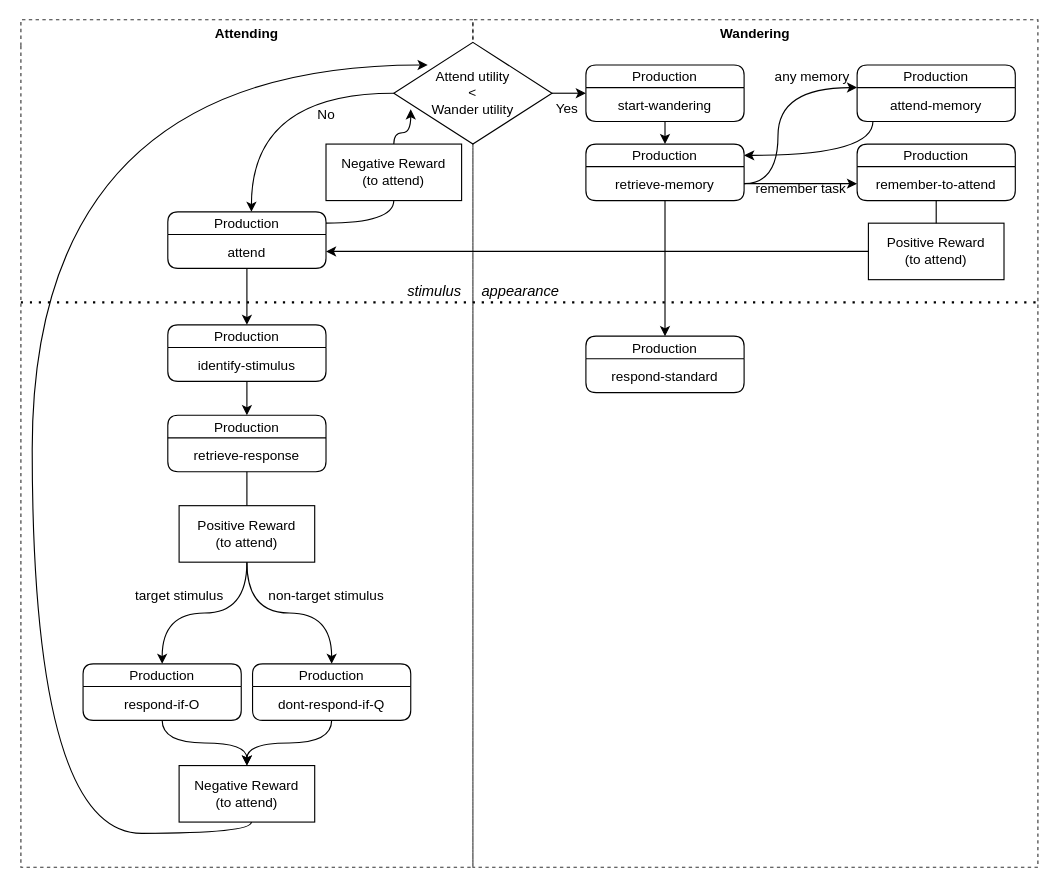
Above: Graph.drawio in joshbruegger/CognitiveModellingPractical2022 (draw.io), before the change. Source tidied: cells renumbered, new cells numbered last; positions are measured from the earlier drawing's top-left corner, leaving out a move shared by most shapes. Both pictures are drawn from the tidied source at 113%, with x=0, y=0 at pixel (20, 19).
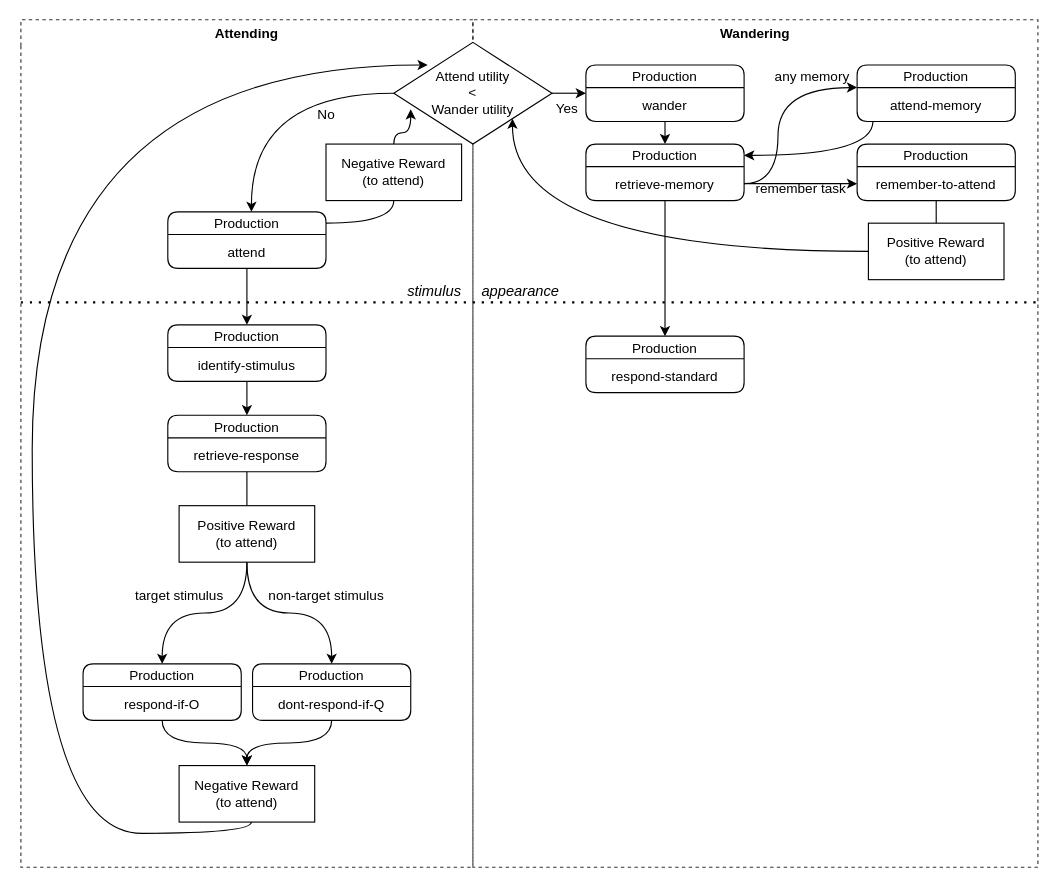
The same diagram, later.

Commit message (it also covers changes not shown here):
Added production compilation

Unchanged cells that the change refers to:
```xml
<mxCell id="5" value="Positive Reward&lt;br&gt;(to attend)" style="rounded=0;whiteSpace=wrap;html=1;fontSize=12;fillColor=none;" parent="2" vertex="1">
  <mxGeometry x="350" y="180" width="120" height="50" as="geometry" />
</mxCell>
<mxCell id="24" value="attend" style="text;strokeColor=none;fillColor=none;align=center;verticalAlign=middle;spacingLeft=4;spacingRight=4;overflow=hidden;points=[[0,0.5],[1,0.5]];portConstraint=eastwest;rounded=1;shadow=0;glass=0;" parent="23" vertex="1">
  <mxGeometry y="20" width="140" height="30" as="geometry" />
</mxCell>
<mxCell id="31" value="&lt;font style=&quot;font-size: 12px&quot;&gt;Attend utility&lt;br&gt;&amp;lt;&lt;br&gt;Wander utility&lt;br&gt;&lt;/font&gt;" style="rhombus;whiteSpace=wrap;html=1;fillColor=default;" parent="1" vertex="1">
  <mxGeometry x="330" y="20" width="140" height="90" as="geometry" />
</mxCell>
<mxCell id="35" value="Production" style="swimlane;fontStyle=0;horizontal=1;startSize=20;rounded=1;shadow=0;glass=0;fillColor=none;" parent="1" vertex="1">
  <mxGeometry x="500" y="40" width="140" height="50" as="geometry" />
</mxCell>
```

The edit, as a diff of the source:
```diff
@@
-    <mxCell id="36" value="start-wandering" style="text;strokeColor=none;fillColor=none;align=center;verticalAlign=middle;spacingLeft=4;spacingRight=4;overflow=hidden;rounded=1;shadow=0;glass=0;" parent="35" vertex="1">
+    <mxCell id="36" value="wander" style="text;strokeColor=none;fillColor=none;align=center;verticalAlign=middle;spacingLeft=4;spacingRight=4;overflow=hidden;rounded=1;shadow=0;glass=0;" parent="35" vertex="1">
       <mxGeometry y="20" width="140" height="30" as="geometry" />
     </mxCell>
@@
-    <mxCell id="47" style="edgeStyle=orthogonalEdgeStyle;curved=1;html=1;entryX=1;entryY=0.5;entryDx=0;entryDy=0;labelBackgroundColor=none;fontSize=12;endArrow=classic;endFill=1;" parent="1" edge="1" source="5" target="24">
-      <mxGeometry relative="1" as="geometry" />
+    <mxCell id="47" style="edgeStyle=orthogonalEdgeStyle;curved=1;html=1;entryX=1;entryY=1;entryDx=0;entryDy=0;labelBackgroundColor=none;fontSize=12;endArrow=classic;endFill=1;" parent="1" edge="1" source="5" target="31">
+      <mxGeometry relative="1" as="geometry">
+        <Array as="points">
+          <mxPoint x="435" y="205" />
+        </Array>
+      </mxGeometry>
     </mxCell>
```
